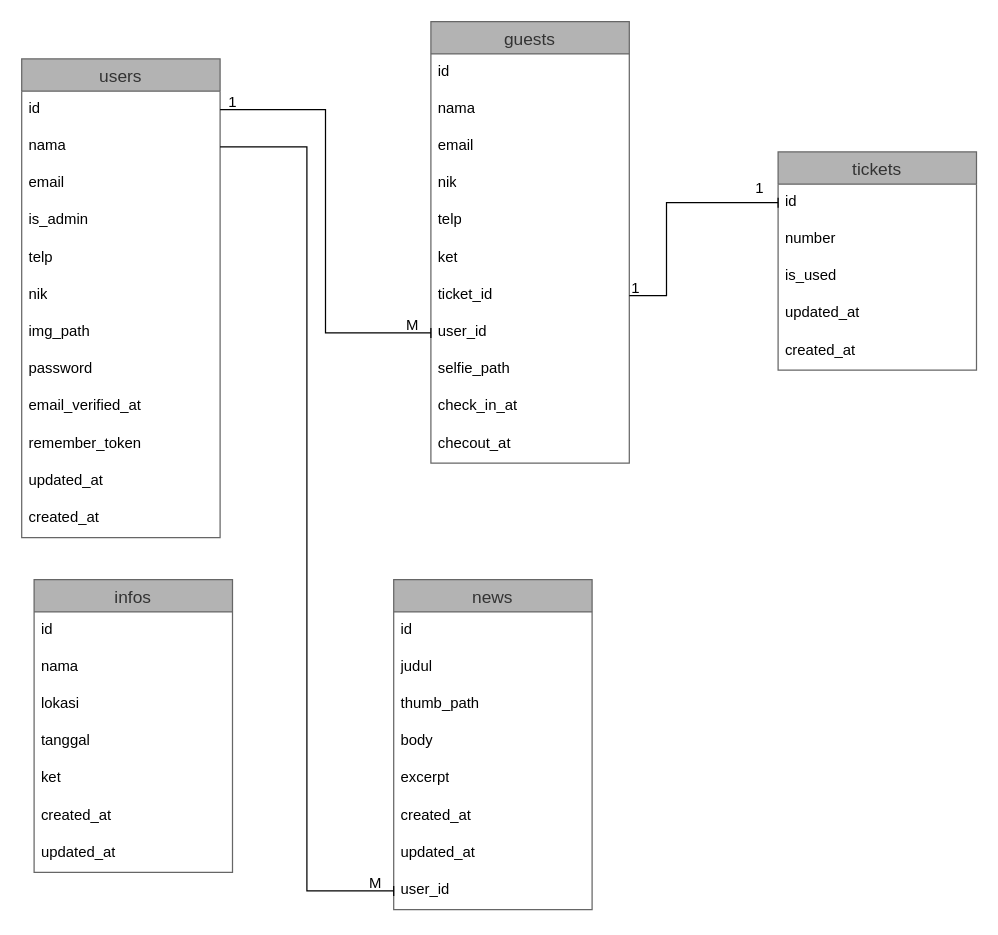
Above: page "Logiacal Record Structure" (2 of 3) of gambar gambar/Rancang bangun interface.drawio in dzreexx/Full-files-skripsi (draw.io), before the change. Source tidied: cells renumbered, new cells numbered last; positions are measured from the earlier drawing's top-left corner, leaving out a move shared by most shapes. Both pictures are drawn from the tidied source at 124%, with x=0, y=0 at pixel (21, 21).
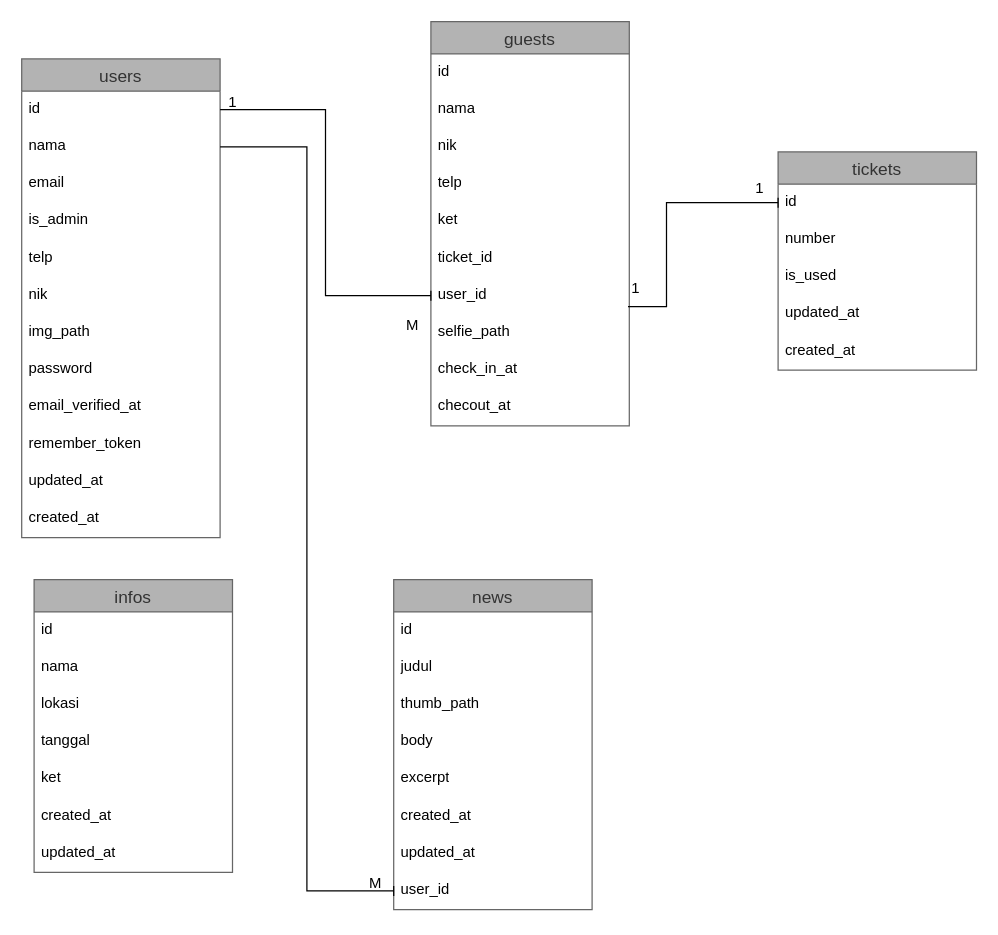
The same diagram, later.

Unchanged cells that the change refers to:
```xml
<mxCell id="38" value="id" style="text;strokeColor=none;fillColor=none;spacingLeft=4;spacingRight=4;overflow=hidden;points=[[0,0.5],[1,0.5]];portConstraint=eastwest;fontSize=12;whiteSpace=wrap;html=1;" parent="37" vertex="1">
  <mxGeometry y="26" width="160" height="30" as="geometry" />
</mxCell>
<mxCell id="65" value="1" style="text;html=1;align=center;verticalAlign=middle;points=[];strokeColor=none;fillColor=none;" parent="1" vertex="1">
  <mxGeometry x="480" y="200" width="30" height="30" as="geometry" />
</mxCell>
```

Diff of the diagram source:
```diff
@@
     <mxCell id="25" value="guests" style="swimlane;fontStyle=0;horizontal=1;startSize=26;align=center;fontSize=14;fillColor=#B3B3B3;fontColor=#333333;strokeColor=#666666;" parent="1" vertex="1">
-      <mxGeometry x="330" width="160" height="356" as="geometry" />
+      <mxGeometry x="330" width="160" height="326" as="geometry" />
     </mxCell>
@@
-    <mxCell id="28" value="email" style="text;strokeColor=none;fillColor=none;spacingLeft=4;spacingRight=4;overflow=hidden;fontSize=12;whiteSpace=wrap;html=1;" parent="25" vertex="1">
-      <mxGeometry y="86" width="160" height="30" as="geometry" />
-    </mxCell>
     <mxCell id="29" value="nik" style="text;strokeColor=none;fillColor=none;spacingLeft=4;spacingRight=4;overflow=hidden;fontSize=12;whiteSpace=wrap;html=1;" parent="25" vertex="1">
-      <mxGeometry y="116" width="160" height="30" as="geometry" />
+      <mxGeometry y="86" width="160" height="30" as="geometry" />
     </mxCell>
     <mxCell id="30" value="telp" style="text;strokeColor=none;fillColor=none;spacingLeft=4;spacingRight=4;overflow=hidden;fontSize=12;whiteSpace=wrap;html=1;" parent="25" vertex="1">
-      <mxGeometry y="146" width="160" height="30" as="geometry" />
+      <mxGeometry y="116" width="160" height="30" as="geometry" />
     </mxCell>
     <mxCell id="31" value="ket" style="text;strokeColor=none;fillColor=none;spacingLeft=4;spacingRight=4;overflow=hidden;fontSize=12;whiteSpace=wrap;html=1;" parent="25" vertex="1">
-      <mxGeometry y="176" width="160" height="30" as="geometry" />
+      <mxGeometry y="146" width="160" height="30" as="geometry" />
     </mxCell>
     <mxCell id="32" value="ticket_id" style="text;strokeColor=none;fillColor=none;spacingLeft=4;spacingRight=4;overflow=hidden;points=[[0,0.5],[1,0.5]];portConstraint=eastwest;fontSize=12;whiteSpace=wrap;html=1;" parent="25" vertex="1">
-      <mxGeometry y="206" width="160" height="30" as="geometry" />
+      <mxGeometry y="176" width="160" height="30" as="geometry" />
     </mxCell>
     <mxCell id="33" value="user_id" style="text;strokeColor=none;fillColor=none;spacingLeft=4;spacingRight=4;overflow=hidden;points=[[0,0.5],[1,0.5]];portConstraint=eastwest;fontSize=12;whiteSpace=wrap;html=1;" parent="25" vertex="1">
-      <mxGeometry y="236" width="160" height="30" as="geometry" />
+      <mxGeometry y="206" width="160" height="30" as="geometry" />
     </mxCell>
     <mxCell id="34" value="selfie_path" style="text;strokeColor=none;fillColor=none;spacingLeft=4;spacingRight=4;overflow=hidden;fontSize=12;whiteSpace=wrap;html=1;" parent="25" vertex="1">
-      <mxGeometry y="266" width="160" height="30" as="geometry" />
+      <mxGeometry y="236" width="160" height="30" as="geometry" />
     </mxCell>
     <mxCell id="35" value="check_in_at" style="text;strokeColor=none;fillColor=none;spacingLeft=4;spacingRight=4;overflow=hidden;fontSize=12;whiteSpace=wrap;html=1;" parent="25" vertex="1">
-      <mxGeometry y="296" width="160" height="30" as="geometry" />
+      <mxGeometry y="266" width="160" height="30" as="geometry" />
     </mxCell>
     <mxCell id="36" value="checout_at" style="text;strokeColor=none;fillColor=none;spacingLeft=4;spacingRight=4;overflow=hidden;fontSize=12;whiteSpace=wrap;html=1;" parent="25" vertex="1">
-      <mxGeometry y="326" width="160" height="30" as="geometry" />
+      <mxGeometry y="296" width="160" height="30" as="geometry" />
     </mxCell>
@@
-    <mxCell id="61" style="edgeStyle=orthogonalEdgeStyle;rounded=0;jettySize=auto;html=1;entryX=0;entryY=0.5;entryDx=0;entryDy=0;endArrow=baseDash;endFill=0;" parent="1" edge="1" source="32" target="38">
+    <mxCell id="61" style="edgeStyle=orthogonalEdgeStyle;rounded=0;jettySize=auto;html=1;entryX=0;entryY=0.5;entryDx=0;entryDy=0;endArrow=baseDash;endFill=0;exitX=0.298;exitY=0.991;exitDx=0;exitDy=0;exitPerimeter=0;" parent="1" edge="1" source="65" target="38">
       <mxGeometry relative="1" as="geometry">
         <Array as="points">
-          <mxPoint x="520" y="221" />
+          <mxPoint x="520" y="230" />
           <mxPoint x="520" y="146" />
         </Array>
       </mxGeometry>
     </mxCell>
```
